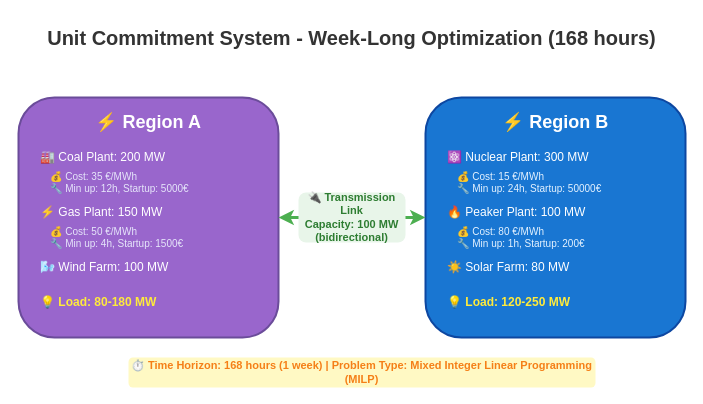
Earlier version of the draw.io diagram doc/assets/2_Scheme_QSE2_Unit_Com_System.drawio (AntaresSimulatorTeam/GEMS). Source tidied: cells renumbered, new cells numbered last; positions are measured from the earlier drawing's top-left corner, leaving out a move shared by most shapes. Both pictures are drawn from the tidied source at 100%, with x=0, y=0 at pixel (18, 17).
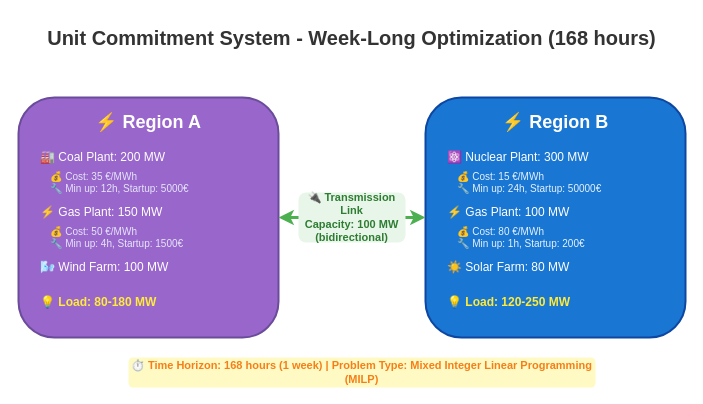
The same page after the edit.

Commit message (it also covers changes not shown here):
rename peaker plant by gas plant

The edit, as a diff of the source:
```diff
@@
-    <mxCell id="14" value="🔥 Peaker Plant: 100 MW" style="text;html=1;strokeColor=none;fillColor=none;align=left;verticalAlign=middle;whiteSpace=wrap;rounded=0;fontSize=12;fontColor=#FFFFFF;fontStyle=0;" parent="1" vertex="1">
+    <mxCell id="14" value="⚡ Gas Plant: 100 MW" style="text;html=1;strokeColor=none;fillColor=none;align=left;verticalAlign=middle;whiteSpace=wrap;rounded=0;fontSize=12;fontColor=#FFFFFF;fontStyle=0;" parent="1" vertex="1">
       <mxGeometry x="427" y="185" width="220" height="20" as="geometry" />
     </mxCell>
```
